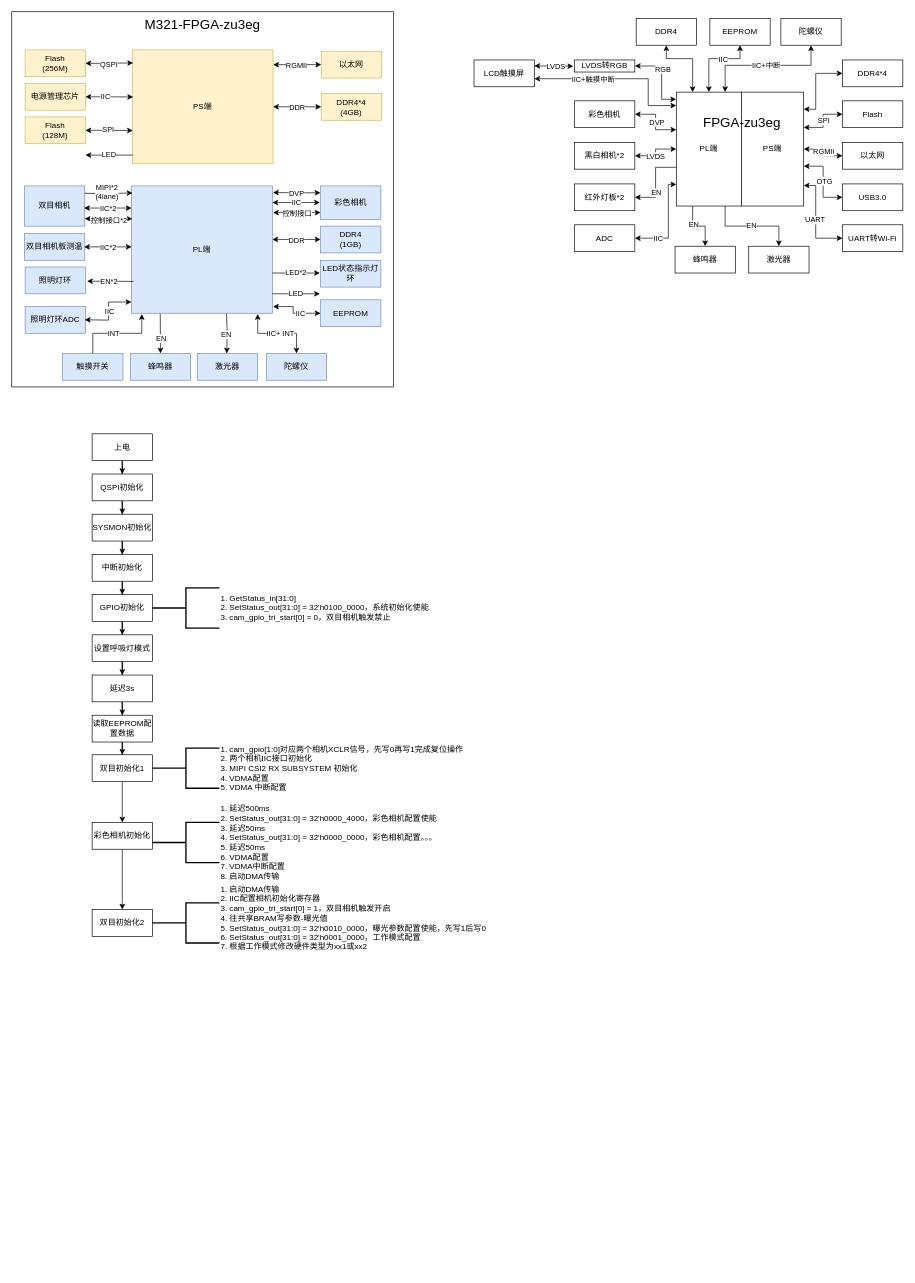
hjh0920/flow_chart keeps this draw.io diagram as page "ame-光学定位仪" (7 of 7) of 框图.drawio. Above is the earlier version. Source tidied: cells renumbered, new cells numbered last; positions are measured from the earlier drawing's top-left corner, leaving out a move shared by most shapes. Both pictures are drawn from the tidied source at 67%, with x=0, y=0 at pixel (11, 11).
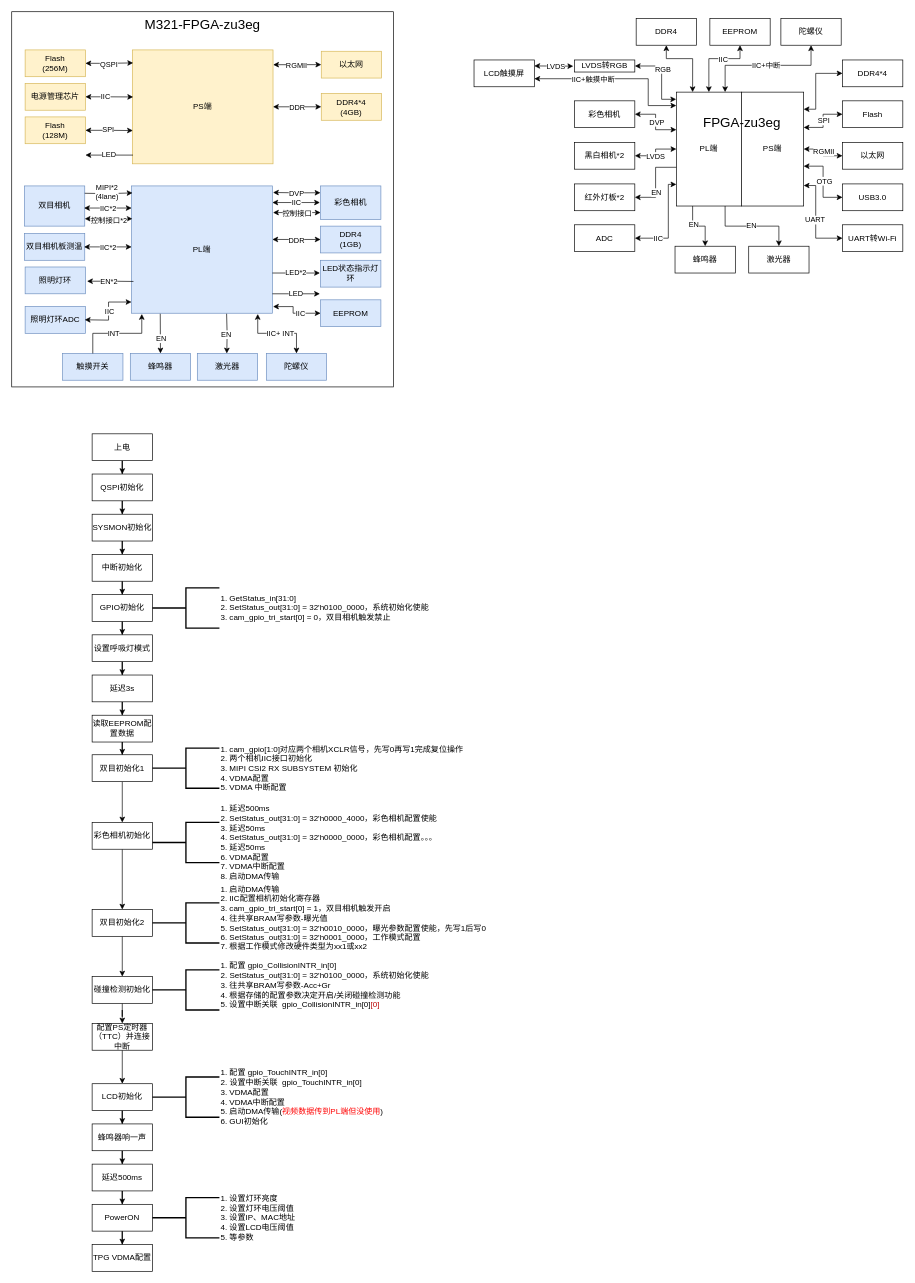
Above is the later version.

The change refers to these unchanged cells:
```xml
<mxCell id="143" value="双目初始化2" style="rounded=0;whiteSpace=wrap;html=1;" parent="1" vertex="1">
  <mxGeometry x="120" y="1340" width="90" height="40" as="geometry" />
</mxCell>
```

Diff of the diagram source:
```diff
@@
+    <mxCell id="145" style="edgeStyle=orthogonalEdgeStyle;rounded=0;jettySize=auto;html=1;" parent="1" edge="1" source="143" target="147">
+      <mxGeometry relative="1" as="geometry" />
+    </mxCell>
@@
+    <mxCell id="146" style="edgeStyle=orthogonalEdgeStyle;rounded=0;jettySize=auto;html=1;" parent="1" edge="1" source="147" target="150">
+      <mxGeometry relative="1" as="geometry" />
+    </mxCell>
+    <mxCell id="147" value="碰撞检测初始化" style="rounded=0;whiteSpace=wrap;html=1;" parent="1" vertex="1">
+      <mxGeometry x="120" y="1440" width="90" height="40" as="geometry" />
+    </mxCell>
+    <mxCell id="148" value="1. 配置&amp;nbsp;gpio_CollisionINTR_in[0]&lt;div&gt;2.&lt;span style=&quot;background-color: transparent; color: light-dark(rgb(0, 0, 0), rgb(255, 255, 255));&quot;&gt;&amp;nbsp;&lt;/span&gt;&lt;span style=&quot;background-color: transparent; color: light-dark(rgb(0, 0, 0), rgb(255, 255, 255));&quot;&gt;SetStatus_out[31:0] = 32'h0100_0000，系统初始化使能&lt;/span&gt;&lt;/div&gt;&lt;div&gt;&lt;span style=&quot;background-color: transparent; color: light-dark(rgb(0, 0, 0), rgb(255, 255, 255));&quot;&gt;3. 往共享BRAM写参数-Acc+Gr&lt;/span&gt;&lt;/div&gt;&lt;div&gt;&lt;span style=&quot;background-color: transparent; color: light-dark(rgb(0, 0, 0), rgb(255, 255, 255));&quot;&gt;4. 根据存储的配置参数决定开启/关闭碰撞检测功能&lt;/span&gt;&lt;/div&gt;&lt;div&gt;&lt;span style=&quot;background-color: transparent; color: light-dark(rgb(0, 0, 0), rgb(255, 255, 255));&quot;&gt;5. 设置中断关联&amp;nbsp;&lt;/span&gt;&lt;span style=&quot;background-color: transparent;&quot;&gt;&lt;font color=&quot;rgba(0, 0, 0, 0)&quot;&gt;&amp;nbsp;&lt;/font&gt;gpio_CollisionINTR_in[0]&lt;font color=&quot;rgba(0, 0, 0, 0)&quot;&gt;[0]&lt;/font&gt;&lt;/span&gt;&lt;/div&gt;&lt;div&gt;&lt;span style=&quot;background-color: transparent; color: light-dark(rgb(0, 0, 0), rgb(255, 255, 255));&quot;&gt;&lt;br&gt;&lt;/span&gt;&lt;/div&gt;" style="strokeWidth=2;html=1;shape=mxgraph.flowchart.annotation_2;align=left;labelPosition=right;" parent="1" vertex="1">
+      <mxGeometry x="210" y="1430" width="100" height="60" as="geometry" />
+    </mxCell>
+    <mxCell id="149" style="edgeStyle=orthogonalEdgeStyle;rounded=0;jettySize=auto;html=1;" parent="1" edge="1" source="150" target="152">
+      <mxGeometry relative="1" as="geometry" />
+    </mxCell>
+    <mxCell id="150" value="配置PS定时器（TTC）并连接中断" style="rounded=0;whiteSpace=wrap;html=1;" parent="1" vertex="1">
+      <mxGeometry x="120" y="1510" width="90" height="40" as="geometry" />
+    </mxCell>
+    <mxCell id="151" style="edgeStyle=orthogonalEdgeStyle;rounded=0;jettySize=auto;html=1;" parent="1" edge="1" source="152" target="155">
+      <mxGeometry relative="1" as="geometry" />
+    </mxCell>
+    <mxCell id="152" value="LCD初始化" style="rounded=0;whiteSpace=wrap;html=1;" parent="1" vertex="1">
+      <mxGeometry x="120" y="1600" width="90" height="40" as="geometry" />
+    </mxCell>
+    <mxCell id="153" value="1. 配置&amp;nbsp;gpio_TouchINTR_in[0]&lt;div&gt;2.&lt;span style=&quot;background-color: transparent; color: light-dark(rgb(0, 0, 0), rgb(255, 255, 255));&quot;&gt;&amp;nbsp;&lt;/span&gt;&lt;span style=&quot;background-color: transparent; color: light-dark(rgb(0, 0, 0), rgb(255, 255, 255));&quot;&gt;设置中断关联&amp;nbsp;&lt;/span&gt;&lt;span style=&quot;background-color: transparent; color: light-dark(rgb(0, 0, 0), rgb(255, 255, 255));&quot;&gt;&amp;nbsp;gpio_TouchINTR_in[0]&lt;/span&gt;&lt;/div&gt;&lt;div&gt;&lt;span style=&quot;background-color: transparent; color: light-dark(rgb(0, 0, 0), rgb(255, 255, 255));&quot;&gt;3.&amp;nbsp;&lt;/span&gt;&lt;span style=&quot;background-color: transparent; color: light-dark(rgb(0, 0, 0), rgb(255, 255, 255));&quot;&gt;VDMA配置&lt;/span&gt;&lt;/div&gt;&lt;div&gt;&lt;span style=&quot;background-color: transparent; color: light-dark(rgb(0, 0, 0), rgb(255, 255, 255));&quot;&gt;4. VDMA中断配置&lt;/span&gt;&lt;/div&gt;&lt;div&gt;&lt;span style=&quot;background-color: transparent; color: light-dark(rgb(0, 0, 0), rgb(255, 255, 255));&quot;&gt;5. 启动DMA传输(&lt;/span&gt;&lt;span style=&quot;background-color: transparent;&quot;&gt;&lt;font style=&quot;color: light-dark(rgb(255, 0, 0), rgb(255, 255, 255));&quot;&gt;视频数据传到PL端但没使用&lt;/font&gt;&lt;/span&gt;&lt;span style=&quot;background-color: transparent; color: light-dark(rgb(0, 0, 0), rgb(255, 255, 255));&quot;&gt;)&lt;/span&gt;&lt;/div&gt;&lt;div&gt;&lt;span style=&quot;background-color: transparent; color: light-dark(rgb(0, 0, 0), rgb(255, 255, 255));&quot;&gt;6. GUI初始化&lt;/span&gt;&lt;/div&gt;" style="strokeWidth=2;html=1;shape=mxgraph.flowchart.annotation_2;align=left;labelPosition=right;" parent="1" vertex="1">
+      <mxGeometry x="210" y="1590" width="100" height="60" as="geometry" />
+    </mxCell>
+    <mxCell id="154" style="edgeStyle=orthogonalEdgeStyle;rounded=0;jettySize=auto;html=1;" parent="1" edge="1" source="155" target="157">
+      <mxGeometry relative="1" as="geometry" />
+    </mxCell>
+    <mxCell id="155" value="蜂鸣器响一声" style="rounded=0;whiteSpace=wrap;html=1;" parent="1" vertex="1">
+      <mxGeometry x="120" y="1660" width="90" height="40" as="geometry" />
+    </mxCell>
+    <mxCell id="156" style="edgeStyle=orthogonalEdgeStyle;rounded=0;jettySize=auto;html=1;" parent="1" edge="1" source="157" target="159">
+      <mxGeometry relative="1" as="geometry" />
+    </mxCell>
+    <mxCell id="157" value="延迟500ms" style="rounded=0;whiteSpace=wrap;html=1;" parent="1" vertex="1">
+      <mxGeometry x="120" y="1720" width="90" height="40" as="geometry" />
+    </mxCell>
+    <mxCell id="158" style="edgeStyle=orthogonalEdgeStyle;rounded=0;jettySize=auto;html=1;" parent="1" edge="1" source="159" target="161">
+      <mxGeometry relative="1" as="geometry" />
+    </mxCell>
+    <mxCell id="159" value="PowerON" style="rounded=0;whiteSpace=wrap;html=1;" parent="1" vertex="1">
+      <mxGeometry x="120" y="1780" width="90" height="40" as="geometry" />
+    </mxCell>
+    <mxCell id="160" value="1. 设置灯环亮度&lt;div&gt;2. 设置灯环电压阈值&lt;/div&gt;&lt;div&gt;3. 设置IP、MAC地址&lt;/div&gt;&lt;div&gt;4. 设置LCD电压阈值&lt;/div&gt;&lt;div&gt;5. 等参数&lt;/div&gt;" style="strokeWidth=2;html=1;shape=mxgraph.flowchart.annotation_2;align=left;labelPosition=right;" parent="1" vertex="1">
+      <mxGeometry x="210" y="1770" width="100" height="60" as="geometry" />
+    </mxCell>
+    <mxCell id="161" value="TPG VDMA配置" style="rounded=0;whiteSpace=wrap;html=1;" parent="1" vertex="1">
+      <mxGeometry x="120" y="1840" width="90" height="40" as="geometry" />
+    </mxCell>
```
